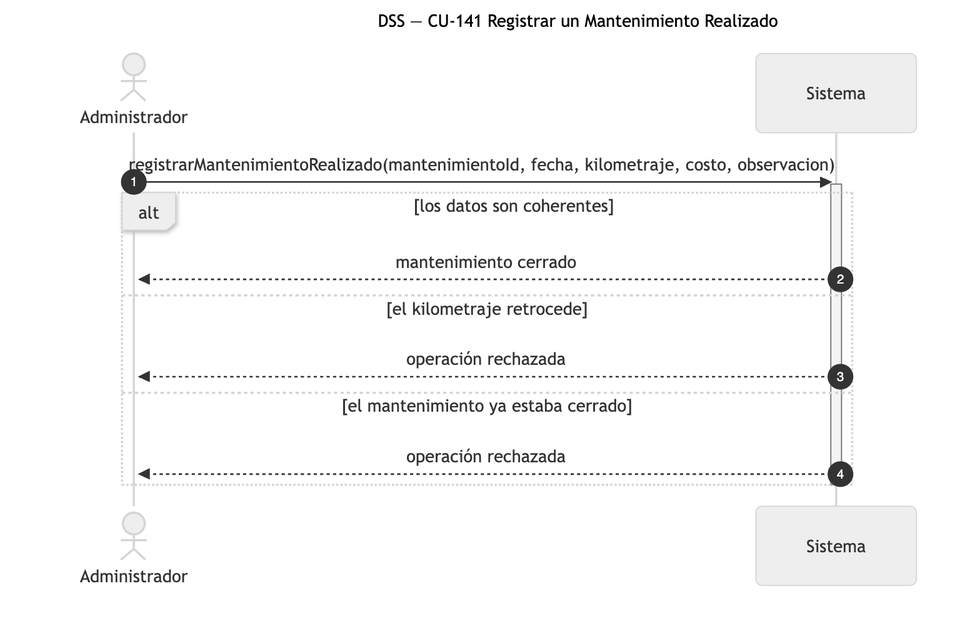
Before: diagramas/png/DSS_CU-141_Registrar-un-Mantenimiento-Realizado.png, a diagram exported from Mermaid (Nahuelito-Dev/splg-docs). Its source is kept beside it as diagramas/DSS_CU-141_Registrar-un-Mantenimiento-Realizado.mmd. Its diagram source:
```mermaid
sequenceDiagram
    title DSS — CU-141 Registrar un Mantenimiento Realizado
    autonumber
    actor ADM as Administrador
    participant SIS as Sistema

    ADM->>SIS: registrarMantenimientoRealizado(mantenimientoId, fecha, kilometraje, costo, observacion)
    activate SIS
    alt los datos son coherentes
        SIS-->>ADM: mantenimiento cerrado
    else el kilometraje retrocede
        SIS-->>ADM: operación rechazada
    else el mantenimiento ya estaba cerrado
        SIS-->>ADM: operación rechazada
    end
    deactivate SIS
```
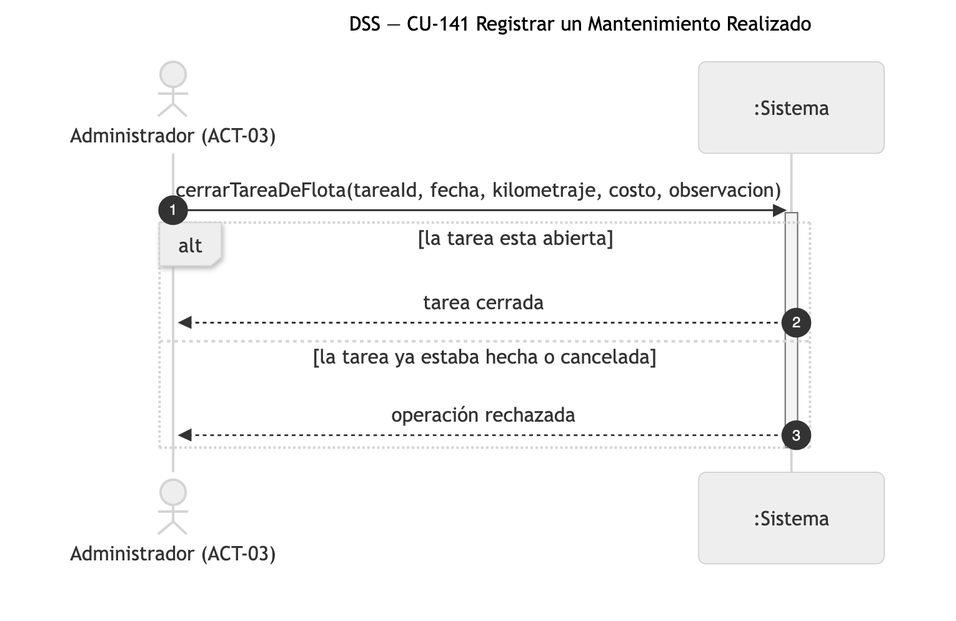
Above is the later version.

What changed in the source:
```diff
@@ -1,16 +1,14 @@
 sequenceDiagram
     title DSS — CU-141 Registrar un Mantenimiento Realizado
     autonumber
-    actor ADM as Administrador
-    participant SIS as Sistema
+    actor ADM as Administrador (ACT-03)
+    participant SIS as :Sistema
 
-    ADM->>SIS: registrarMantenimientoRealizado(mantenimientoId, fecha, kilometraje, costo, observacion)
+    ADM->>SIS: cerrarTareaDeFlota(tareaId, fecha, kilometraje, costo, observacion)
     activate SIS
-    alt los datos son coherentes
-        SIS-->>ADM: mantenimiento cerrado
-    else el kilometraje retrocede
-        SIS-->>ADM: operación rechazada
-    else el mantenimiento ya estaba cerrado
+    alt la tarea esta abierta
+        SIS-->>ADM: tarea cerrada
+    else la tarea ya estaba hecha o cancelada
         SIS-->>ADM: operación rechazada
     end
     deactivate SIS
```
